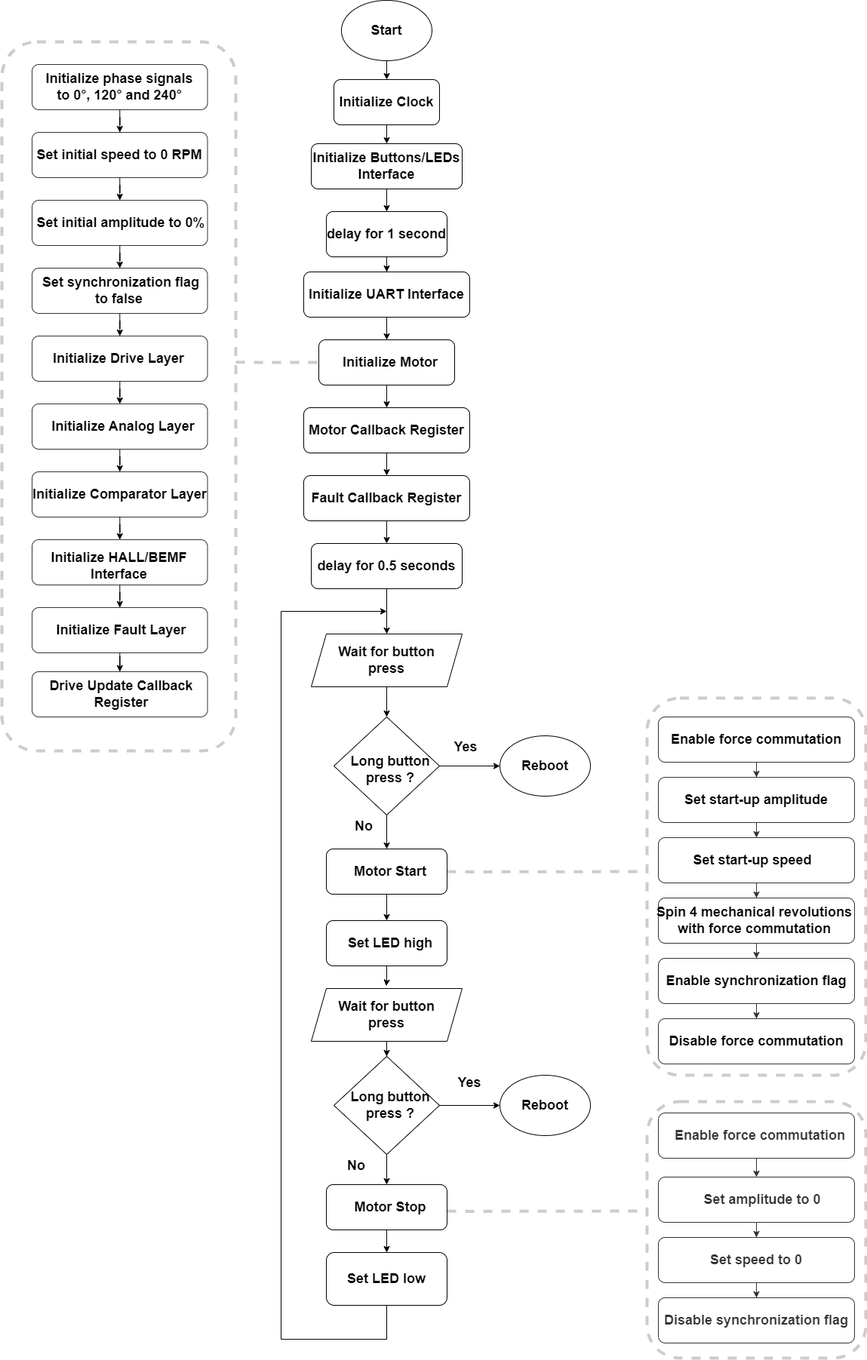
Earlier version of the draw.io export images/Trapezoidal_Demo_Diagram.png (microchip-pic-avr-examples/avr16eb32-bldc-pmsm-motor-control-demo). Source tidied: cells renumbered, new cells last; positions are measured from the earlier drawing's top-left corner, leaving out a move shared by most shapes.
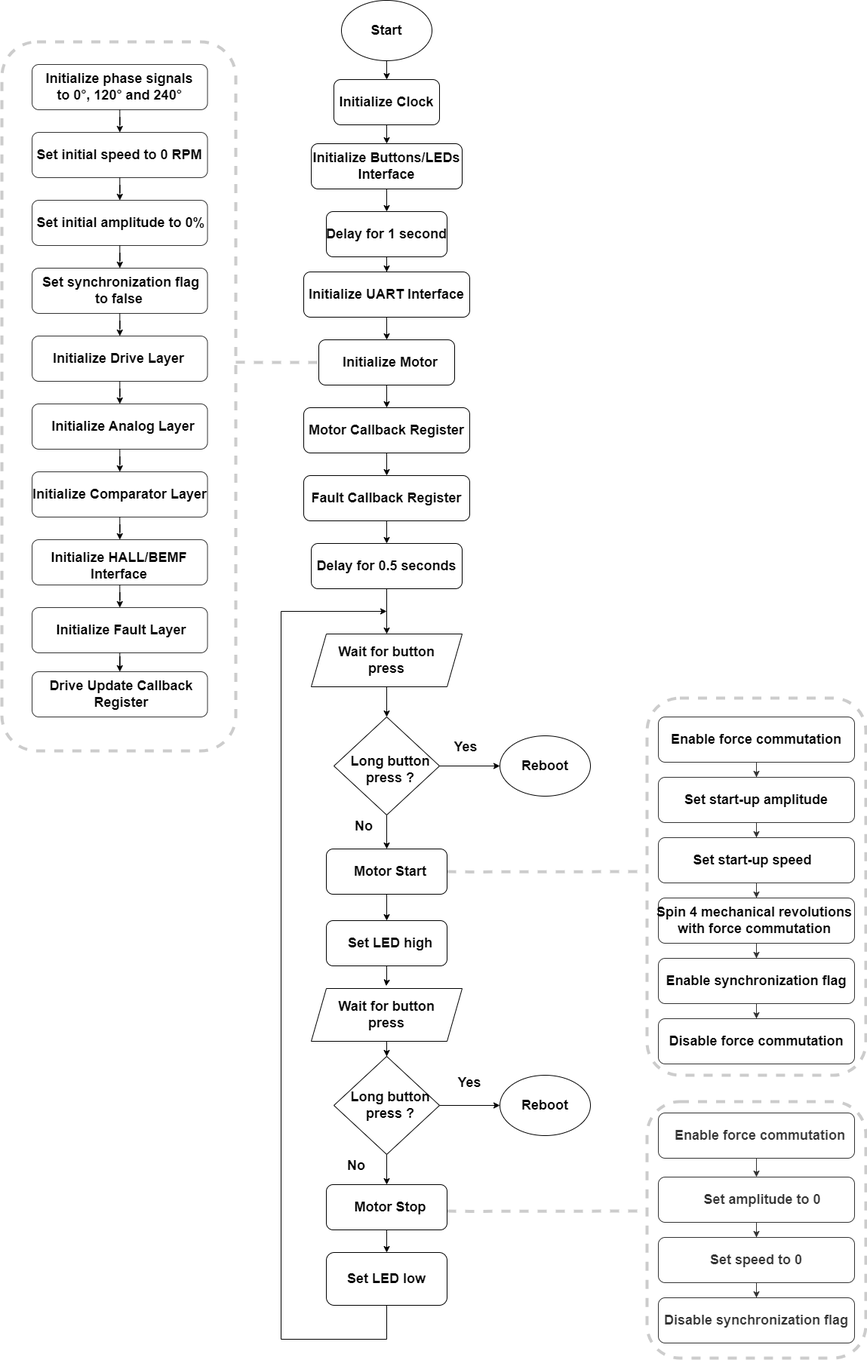
After the commit.

What changed in the source:
```diff
@@ -212,13 +212,13 @@
     <mxCell id="69" value="&lt;span style=&quot;font-size: 18px;&quot;&gt;&lt;b&gt;Initialize Buttons/LEDs Interface&lt;/b&gt;&lt;/span&gt;" style="text;html=1;strokeColor=none;fillColor=none;align=center;verticalAlign=middle;whiteSpace=wrap;rounded=0;" parent="1" vertex="1">
       <mxGeometry x="405" y="205" width="210" height="30" as="geometry" />
     </mxCell>
-    <mxCell id="70" value="&lt;span style=&quot;font-size: 18px;&quot;&gt;&lt;b&gt;delay for 1 second&lt;/b&gt;&lt;/span&gt;" style="text;html=1;strokeColor=none;fillColor=none;align=center;verticalAlign=middle;whiteSpace=wrap;rounded=0;" parent="1" vertex="1">
+    <mxCell id="70" value="&lt;span style=&quot;font-size: 18px;&quot;&gt;&lt;b&gt;Delay for 1 second&lt;/b&gt;&lt;/span&gt;" style="text;html=1;strokeColor=none;fillColor=none;align=center;verticalAlign=middle;whiteSpace=wrap;rounded=0;" parent="1" vertex="1">
       <mxGeometry x="405" y="295" width="210" height="30" as="geometry" />
     </mxCell>
     <mxCell id="71" value="&lt;span style=&quot;font-size: 18px;&quot;&gt;&lt;b&gt;Initialize Motor&lt;/b&gt;&lt;/span&gt;" style="text;html=1;strokeColor=none;fillColor=none;align=center;verticalAlign=middle;whiteSpace=wrap;rounded=0;" parent="1" vertex="1">
       <mxGeometry x="410" y="465" width="210" height="30" as="geometry" />
     </mxCell>
-    <mxCell id="72" value="&lt;span style=&quot;font-size: 18px;&quot;&gt;&lt;b&gt;delay for 0.5 seconds&lt;/b&gt;&lt;/span&gt;" style="text;html=1;strokeColor=none;fillColor=none;align=center;verticalAlign=middle;whiteSpace=wrap;rounded=0;" parent="1" vertex="1">
+    <mxCell id="72" value="&lt;span style=&quot;font-size: 18px;&quot;&gt;&lt;b&gt;Delay for 0.5 seconds&lt;/b&gt;&lt;/span&gt;" style="text;html=1;strokeColor=none;fillColor=none;align=center;verticalAlign=middle;whiteSpace=wrap;rounded=0;" parent="1" vertex="1">
       <mxGeometry x="405" y="735" width="210" height="30" as="geometry" />
     </mxCell>
     <mxCell id="73" value="&lt;span style=&quot;font-size: 18px;&quot;&gt;&lt;b&gt;Wait for button press&lt;/b&gt;&lt;/span&gt;" style="text;html=1;strokeColor=none;fillColor=none;align=center;verticalAlign=middle;whiteSpace=wrap;rounded=0;" parent="1" vertex="1">
```
